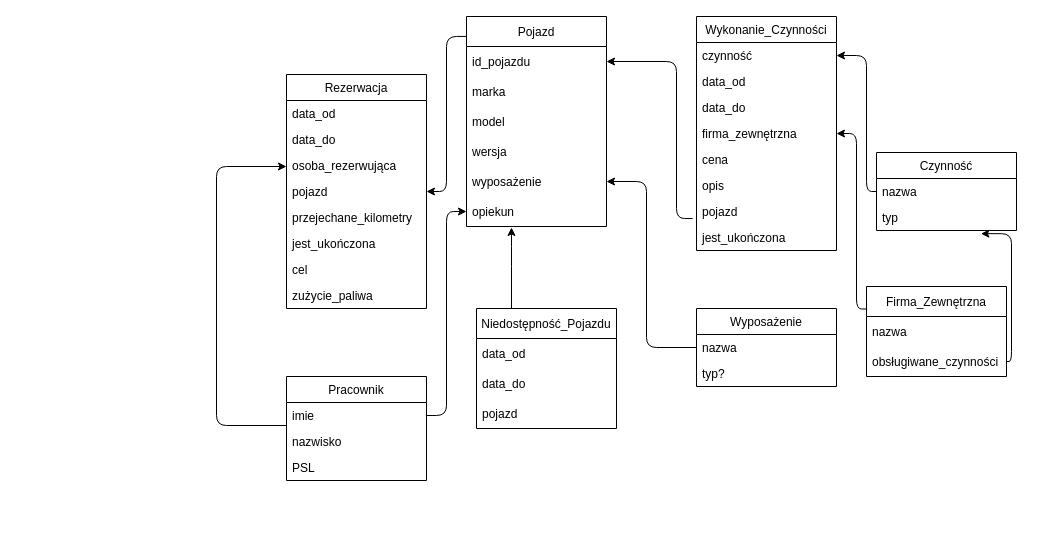
swietjak/2022_TAB_S10_CIESLAK keeps this draw.io diagram as doc/klasy.drawio. Above is the earlier version. Source tidied: cells renumbered, new cells numbered last; positions are measured from the earlier drawing's top-left corner, leaving out a move shared by most shapes. Both pictures are drawn from the tidied source at 100%, with x=0, y=0 at pixel (216, 16).
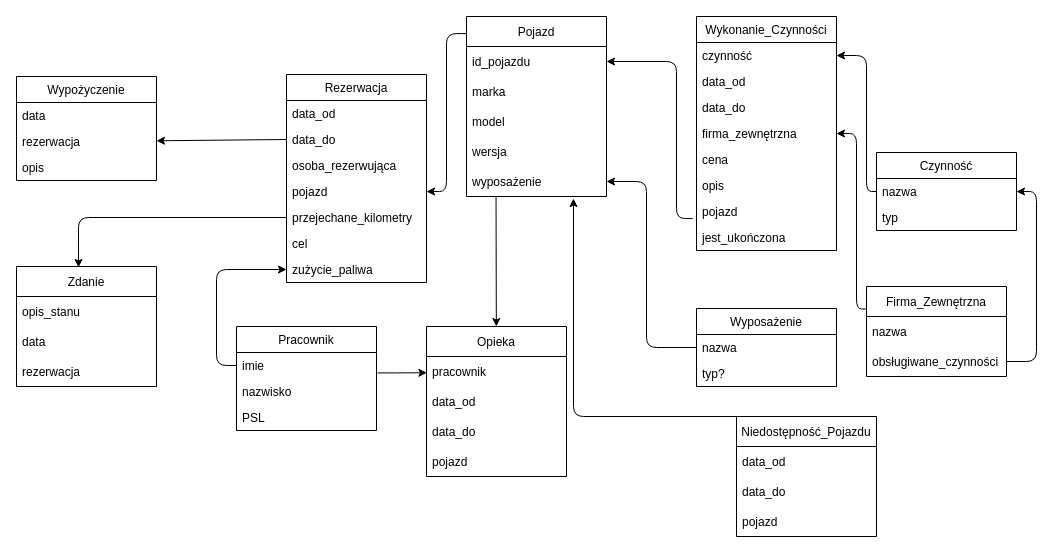
The same page after the edit.

Unchanged cells that the change refers to:
```xml
<mxCell id="7" value="wyposażenie" style="text;strokeColor=none;fillColor=none;align=left;verticalAlign=middle;spacingLeft=4;spacingRight=4;overflow=hidden;points=[[0,0.5],[1,0.5]];portConstraint=eastwest;" parent="2" vertex="1">
  <mxGeometry y="150" width="140" height="30" as="geometry" />
</mxCell>
<mxCell id="10" value="imie" style="text;strokeColor=none;fillColor=none;align=left;verticalAlign=top;spacingLeft=4;spacingRight=4;overflow=hidden;points=[[0,0.5],[1,0.5]];portConstraint=eastwest;" parent="9" vertex="1">
  <mxGeometry y="26" width="140" height="26" as="geometry" />
</mxCell>
<mxCell id="17" value="nazwa" style="text;strokeColor=none;fillColor=none;align=left;verticalAlign=top;spacingLeft=4;spacingRight=4;overflow=hidden;points=[[0,0.5],[1,0.5]];portConstraint=eastwest;" parent="16" vertex="1">
  <mxGeometry y="26" width="140" height="26" as="geometry" />
</mxCell>
<mxCell id="18" value="typ" style="text;strokeColor=none;fillColor=none;align=left;verticalAlign=top;spacingLeft=4;spacingRight=4;overflow=hidden;points=[[0,0.5],[1,0.5]];portConstraint=eastwest;" parent="16" vertex="1">
  <mxGeometry y="52" width="140" height="26" as="geometry" />
</mxCell>
<mxCell id="30" value="data_do" style="text;strokeColor=none;fillColor=none;align=left;verticalAlign=top;spacingLeft=4;spacingRight=4;overflow=hidden;points=[[0,0.5],[1,0.5]];portConstraint=eastwest;" parent="28" vertex="1">
  <mxGeometry y="52" width="140" height="26" as="geometry" />
</mxCell>
<mxCell id="33" value="przejechane_kilometry" style="text;strokeColor=none;fillColor=none;align=left;verticalAlign=top;spacingLeft=4;spacingRight=4;overflow=hidden;points=[[0,0.5],[1,0.5]];portConstraint=eastwest;" parent="28" vertex="1">
  <mxGeometry y="130" width="140" height="26" as="geometry" />
</mxCell>
<mxCell id="49" value="obsługiwane_czynności" style="text;strokeColor=none;fillColor=none;align=left;verticalAlign=middle;spacingLeft=4;spacingRight=4;overflow=hidden;points=[[0,0.5],[1,0.5]];portConstraint=eastwest;" parent="47" vertex="1">
  <mxGeometry y="60" width="140" height="30" as="geometry" />
</mxCell>
```

The edit, as a diff of the source:
```diff
@@
+    <mxCell id="53" style="edgeStyle=none;html=1;exitX=0.211;exitY=1.004;exitDx=0;exitDy=0;exitPerimeter=0;" parent="1" edge="1" source="7" target="54">
+      <mxGeometry relative="1" as="geometry" />
+    </mxCell>
     <mxCell id="2" value="Pojazd" style="swimlane;fontStyle=0;horizontal=1;startSize=30;" parent="1" vertex="1">
-      <mxGeometry x="250" width="140" height="210" as="geometry" />
+      <mxGeometry x="250" width="140" height="180" as="geometry" />
     </mxCell>
@@
-    <mxCell id="8" value="opiekun" style="text;strokeColor=none;fillColor=none;align=left;verticalAlign=middle;spacingLeft=4;spacingRight=4;overflow=hidden;points=[[0,0.5],[1,0.5]];portConstraint=eastwest;" parent="2" vertex="1">
-      <mxGeometry y="180" width="140" height="30" as="geometry" />
-    </mxCell>
     <mxCell id="9" value="Pracownik" style="swimlane;fontStyle=0;horizontal=1;startSize=26;fillColor=none;" parent="1" vertex="1">
-      <mxGeometry x="70" y="360" width="140" height="104" as="geometry" />
+      <mxGeometry x="20" y="310" width="140" height="104" as="geometry" />
     </mxCell>
@@
     <mxCell id="28" value="Rezerwacja" style="swimlane;fontStyle=0;horizontal=1;startSize=26;fillColor=none;" parent="1" vertex="1">
-      <mxGeometry x="70" y="58" width="140" height="234" as="geometry" />
+      <mxGeometry x="70" y="58" width="140" height="208" as="geometry" />
     </mxCell>
@@
-    <mxCell id="34" value="jest_ukończona&#10;" style="text;strokeColor=none;fillColor=none;align=left;verticalAlign=top;spacingLeft=4;spacingRight=4;overflow=hidden;" parent="28" vertex="1">
-      <mxGeometry y="156" width="140" height="26" as="geometry" />
-    </mxCell>
     <mxCell id="35" value="cel" style="text;strokeColor=none;fillColor=none;align=left;verticalAlign=top;spacingLeft=4;spacingRight=4;overflow=hidden;" parent="28" vertex="1">
-      <mxGeometry y="182" width="140" height="26" as="geometry" />
+      <mxGeometry y="156" width="140" height="26" as="geometry" />
     </mxCell>
     <mxCell id="36" value="zużycie_paliwa" style="text;strokeColor=none;fillColor=none;align=left;verticalAlign=top;spacingLeft=4;spacingRight=4;overflow=hidden;points=[[0,0.5],[1,0.5]];portConstraint=eastwest;" parent="28" vertex="1">
-      <mxGeometry y="208" width="140" height="26" as="geometry" />
+      <mxGeometry y="182" width="140" height="26" as="geometry" />
     </mxCell>
@@
-    <mxCell id="38" style="edgeStyle=elbowEdgeStyle;elbow=horizontal;endArrow=classic;html=1;exitX=1;exitY=0.5;exitDx=0;exitDy=0;entryX=0;entryY=0.5;entryDx=0;entryDy=0;" parent="1" edge="1" source="10" target="8">
-      <mxGeometry relative="1" as="geometry" />
+    <mxCell id="38" style="edgeStyle=elbowEdgeStyle;elbow=horizontal;endArrow=classic;html=1;entryX=0.003;entryY=0.542;entryDx=0;entryDy=0;exitX=1.007;exitY=0.785;exitDx=0;exitDy=0;exitPerimeter=0;entryPerimeter=0;" parent="1" edge="1" source="10" target="55">
+      <mxGeometry relative="1" as="geometry">
+        <Array as="points">
+          <mxPoint x="180" y="355" />
+          <mxPoint x="180" y="500" />
+        </Array>
+      </mxGeometry>
     </mxCell>
@@
-    <mxCell id="42" style="edgeStyle=elbowEdgeStyle;elbow=horizontal;endArrow=classic;html=1;" parent="1" edge="1">
+    <mxCell id="42" style="edgeStyle=elbowEdgeStyle;elbow=horizontal;endArrow=classic;html=1;exitX=0;exitY=0.5;exitDx=0;exitDy=0;entryX=0;entryY=0.5;entryDx=0;entryDy=0;" parent="1" edge="1" source="10" target="36">
       <mxGeometry relative="1" as="geometry">
-        <mxPoint x="70" y="409" as="sourcePoint" />
-        <mxPoint x="70" y="150" as="targetPoint" />
         <Array as="points">
+          <mxPoint y="180" />
           <mxPoint y="290" />
         </Array>
       </mxGeometry>
     </mxCell>
     <mxCell id="43" value="Niedostępność_Pojazdu" style="swimlane;fontStyle=0;horizontal=1;startSize=30;" parent="1" vertex="1">
-      <mxGeometry x="260" y="292" width="140" height="120" as="geometry" />
+      <mxGeometry x="520" y="400" width="140" height="120" as="geometry" />
     </mxCell>
@@
-    <mxCell id="51" style="edgeStyle=elbowEdgeStyle;elbow=horizontal;endArrow=classic;html=1;exitX=1;exitY=0.5;exitDx=0;exitDy=0;entryX=0.746;entryY=1.122;entryDx=0;entryDy=0;entryPerimeter=0;" parent="1" edge="1" source="49" target="18">
+    <mxCell id="51" style="edgeStyle=elbowEdgeStyle;elbow=horizontal;endArrow=classic;html=1;exitX=1;exitY=0.5;exitDx=0;exitDy=0;entryX=1;entryY=0.5;entryDx=0;entryDy=0;" parent="1" edge="1" source="49" target="17">
       <mxGeometry relative="1" as="geometry">
         <Array as="points">
+          <mxPoint x="820" y="345" />
           <mxPoint x="795" y="220" />
         </Array>
       </mxGeometry>
     </mxCell>
-    <mxCell id="52" style="edgeStyle=elbowEdgeStyle;elbow=horizontal;endArrow=classic;html=1;exitX=0.25;exitY=0;exitDx=0;exitDy=0;" parent="1" edge="1" source="43">
+    <mxCell id="52" style="edgeStyle=elbowEdgeStyle;elbow=horizontal;endArrow=classic;html=1;exitX=0.25;exitY=0;exitDx=0;exitDy=0;entryX=0.764;entryY=1.067;entryDx=0;entryDy=0;entryPerimeter=0;" parent="1" edge="1" source="43" target="7">
       <mxGeometry relative="1" as="geometry">
-        <mxPoint x="295" y="211" as="targetPoint" />
         <Array as="points">
-          <mxPoint x="295" y="240" />
+          <mxPoint x="357" y="290" />
         </Array>
       </mxGeometry>
     </mxCell>
+    <mxCell id="54" value="Opieka" style="swimlane;fontStyle=0;horizontal=1;startSize=30;" parent="1" vertex="1">
+      <mxGeometry x="210" y="310" width="140" height="150" as="geometry" />
+    </mxCell>
+    <mxCell id="55" value="pracownik" style="text;strokeColor=none;fillColor=none;align=left;verticalAlign=middle;spacingLeft=4;spacingRight=4;overflow=hidden;points=[[0,0.5],[1,0.5]];portConstraint=eastwest;" parent="54" vertex="1">
+      <mxGeometry y="30" width="140" height="30" as="geometry" />
+    </mxCell>
+    <mxCell id="56" value="data_od" style="text;strokeColor=none;fillColor=none;align=left;verticalAlign=middle;spacingLeft=4;spacingRight=4;overflow=hidden;" parent="54" vertex="1">
+      <mxGeometry y="60" width="140" height="30" as="geometry" />
+    </mxCell>
+    <mxCell id="57" value="data_do" style="text;strokeColor=none;fillColor=none;align=left;verticalAlign=middle;spacingLeft=4;spacingRight=4;overflow=hidden;" parent="54" vertex="1">
+      <mxGeometry y="90" width="140" height="30" as="geometry" />
+    </mxCell>
+    <mxCell id="58" value="pojazd" style="text;strokeColor=none;fillColor=none;align=left;verticalAlign=middle;spacingLeft=4;spacingRight=4;overflow=hidden;" parent="54" vertex="1">
+      <mxGeometry y="120" width="140" height="30" as="geometry" />
+    </mxCell>
+    <mxCell id="59" value="Wypożyczenie" style="swimlane;fontStyle=0;horizontal=1;startSize=26;fillColor=none;" parent="1" vertex="1">
+      <mxGeometry x="-200" y="60" width="140" height="104" as="geometry" />
+    </mxCell>
+    <mxCell id="60" value="data" style="text;strokeColor=none;fillColor=none;align=left;verticalAlign=top;spacingLeft=4;spacingRight=4;overflow=hidden;" parent="59" vertex="1">
+      <mxGeometry y="26" width="140" height="26" as="geometry" />
+    </mxCell>
+    <mxCell id="61" value="rezerwacja" style="text;strokeColor=none;fillColor=none;align=left;verticalAlign=top;spacingLeft=4;spacingRight=4;overflow=hidden;" parent="59" vertex="1">
+      <mxGeometry y="52" width="140" height="26" as="geometry" />
+    </mxCell>
+    <mxCell id="62" value="opis" style="text;strokeColor=none;fillColor=none;align=left;verticalAlign=top;spacingLeft=4;spacingRight=4;overflow=hidden;" parent="59" vertex="1">
+      <mxGeometry y="78" width="140" height="26" as="geometry" />
+    </mxCell>
+    <mxCell id="63" style="edgeStyle=none;html=1;exitX=0;exitY=0.5;exitDx=0;exitDy=0;" parent="1" edge="1" source="30">
+      <mxGeometry relative="1" as="geometry">
+        <mxPoint x="-60" y="124.3" as="targetPoint" />
+      </mxGeometry>
+    </mxCell>
+    <mxCell id="64" value="Zdanie" style="swimlane;fontStyle=0;horizontal=1;startSize=30;" parent="1" vertex="1">
+      <mxGeometry x="-200" y="250" width="140" height="120" as="geometry" />
+    </mxCell>
+    <mxCell id="65" value="opis_stanu" style="text;strokeColor=none;fillColor=none;align=left;verticalAlign=middle;spacingLeft=4;spacingRight=4;overflow=hidden;" parent="64" vertex="1">
+      <mxGeometry y="30" width="140" height="30" as="geometry" />
+    </mxCell>
+    <mxCell id="66" value="data" style="text;strokeColor=none;fillColor=none;align=left;verticalAlign=middle;spacingLeft=4;spacingRight=4;overflow=hidden;" parent="64" vertex="1">
+      <mxGeometry y="60" width="140" height="30" as="geometry" />
+    </mxCell>
+    <mxCell id="67" value="rezerwacja" style="text;strokeColor=none;fillColor=none;align=left;verticalAlign=middle;spacingLeft=4;spacingRight=4;overflow=hidden;" parent="64" vertex="1">
+      <mxGeometry y="90" width="140" height="30" as="geometry" />
+    </mxCell>
+    <mxCell id="68" style="edgeStyle=none;html=1;exitX=0;exitY=0.5;exitDx=0;exitDy=0;entryX=0.443;entryY=0.008;entryDx=0;entryDy=0;entryPerimeter=0;" parent="1" edge="1" source="33" target="64">
+      <mxGeometry relative="1" as="geometry">
+        <Array as="points">
+          <mxPoint x="-138" y="201" />
+        </Array>
+      </mxGeometry>
+    </mxCell>
```
